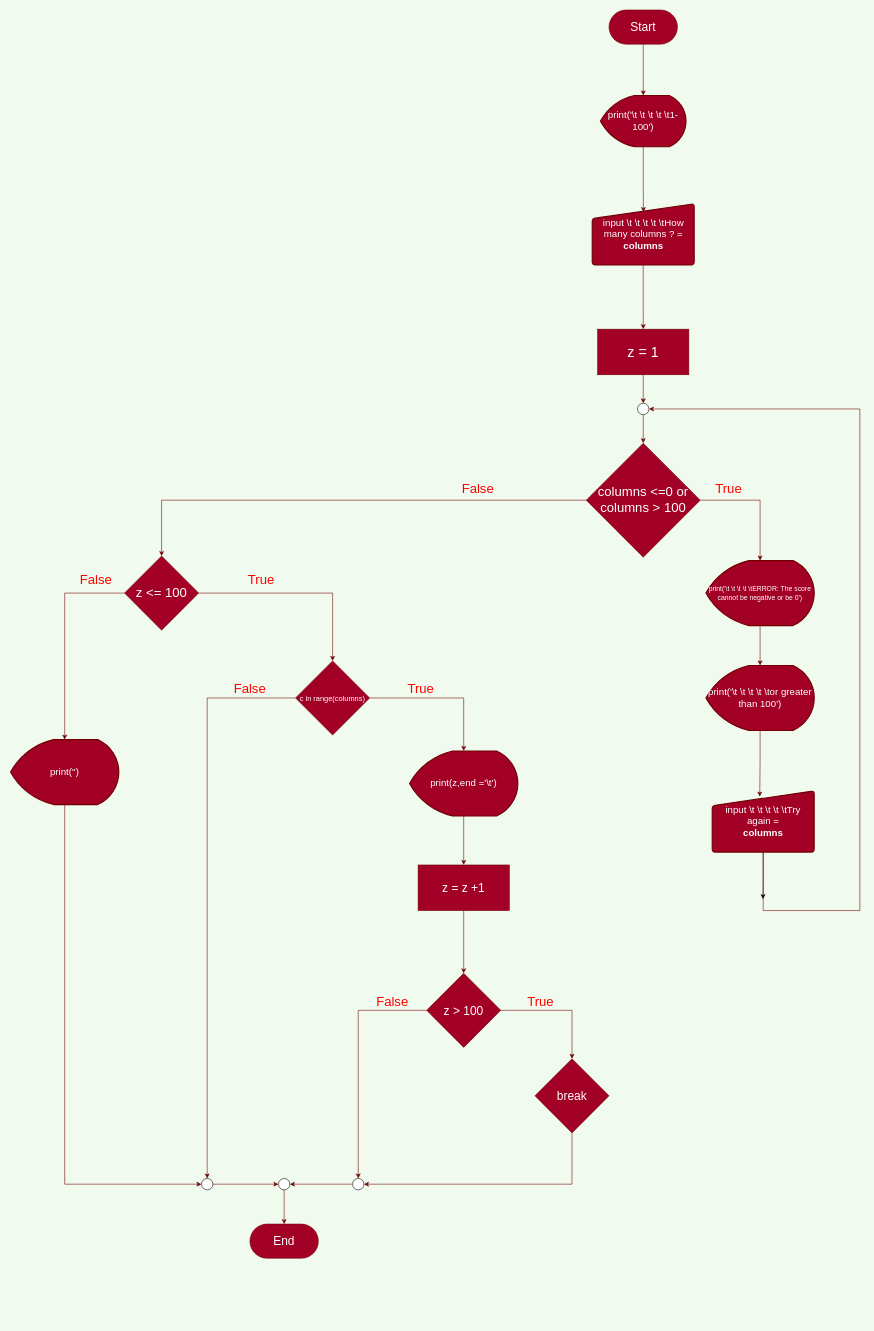
JakapatJod/INE-PYTHON-64 keeps this draw.io diagram as Homework/flowHomework_02.drawio. Above is the earlier version. Source tidied: cells renumbered, new cells numbered last; positions are measured from the earlier drawing's top-left corner, leaving out a move shared by most shapes. Both pictures are drawn from the tidied source at 57%, with x=0, y=0 at pixel (10, 10).
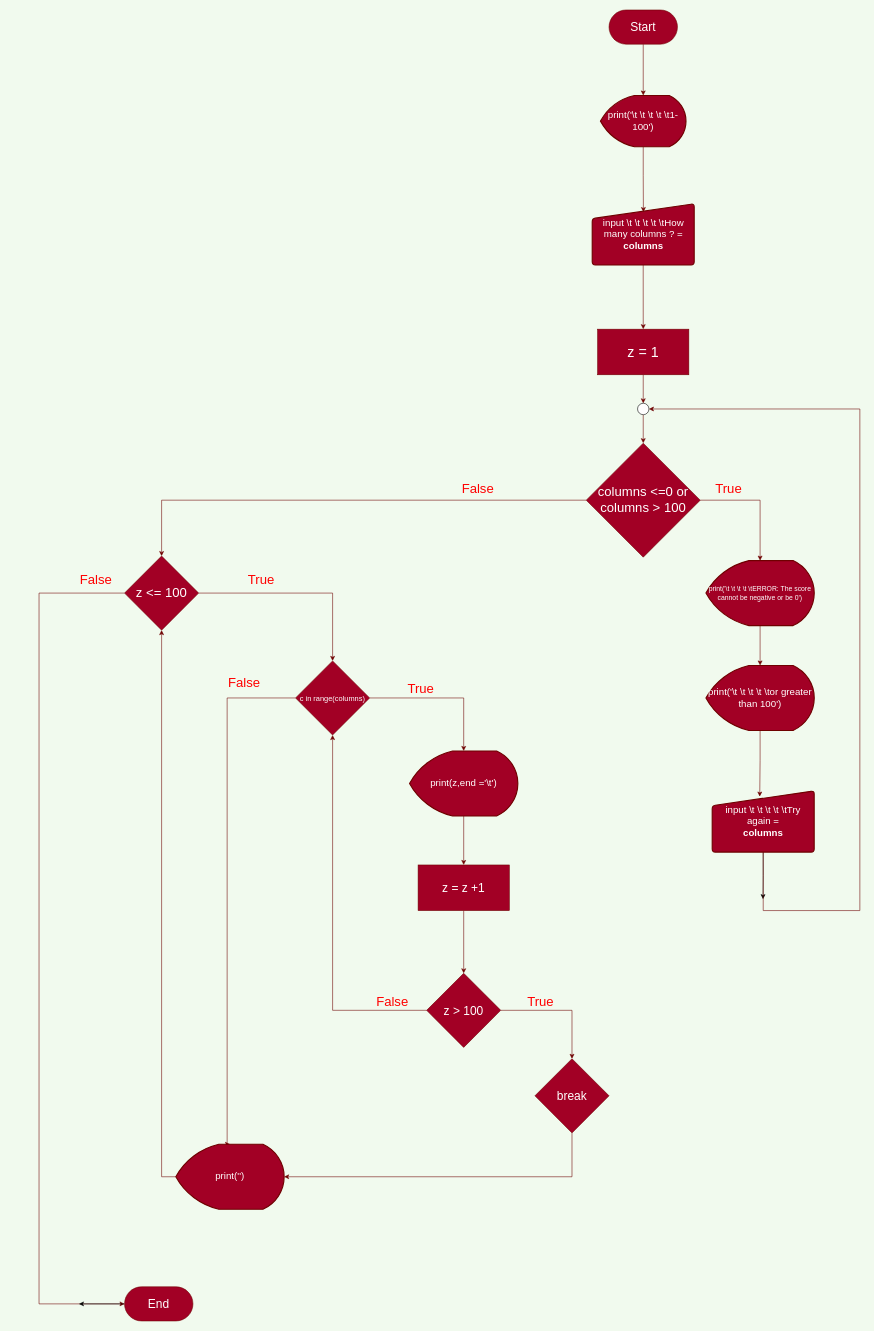
The same diagram, later.

The change refers to these unchanged cells:
```xml
<mxCell id="26" value="&lt;span style=&quot;font-size: 23px&quot;&gt;z &amp;lt;= 100&lt;/span&gt;" style="rhombus;whiteSpace=wrap;html=1;fillColor=#a20025;strokeColor=#6F0000;fontColor=#ffffff;" parent="1" vertex="1">
  <mxGeometry x="200" y="958" width="130" height="130" as="geometry" />
</mxCell>
<mxCell id="29" value="&lt;font style=&quot;font-size: 13px&quot;&gt;c in range(columns)&lt;/font&gt;" style="rhombus;whiteSpace=wrap;html=1;fillColor=#a20025;strokeColor=#6F0000;fontColor=#ffffff;" parent="1" vertex="1">
  <mxGeometry x="500" y="1142" width="130" height="130" as="geometry" />
</mxCell>
<mxCell id="36" value="&lt;font style=&quot;font-size: 21px&quot;&gt;z &amp;gt; 100&lt;/font&gt;" style="rhombus;whiteSpace=wrap;html=1;fillColor=#a20025;strokeColor=#6F0000;fontColor=#ffffff;" parent="1" vertex="1">
  <mxGeometry x="730" y="1690" width="130" height="130" as="geometry" />
</mxCell>
<mxCell id="38" value="&lt;span style=&quot;font-size: 21px&quot;&gt;break&lt;/span&gt;" style="rhombus;whiteSpace=wrap;html=1;fillColor=#a20025;strokeColor=#6F0000;fontColor=#ffffff;" parent="1" vertex="1">
  <mxGeometry x="920" y="1840" width="130" height="130" as="geometry" />
</mxCell>
```

Diff of the diagram source:
```diff
@@
-    <mxCell id="25" style="edgeStyle=orthogonalEdgeStyle;rounded=0;jettySize=auto;html=1;exitX=0;exitY=0.5;exitDx=0;exitDy=0;entryX=0.5;entryY=0;entryDx=0;entryDy=0;entryPerimeter=0;fillColor=#a20025;strokeColor=#6F0000;" parent="1" edge="1" source="26" target="53">
-      <mxGeometry relative="1" as="geometry" />
-    </mxCell>
+    <mxCell id="54" style="edgeStyle=orthogonalEdgeStyle;rounded=0;jettySize=auto;html=1;exitX=0;exitY=0.5;exitDx=0;exitDy=0;fillColor=#a20025;strokeColor=#6F0000;entryX=0;entryY=0.5;entryDx=0;entryDy=0;" parent="1" edge="1" source="26" target="44">
+      <mxGeometry relative="1" as="geometry">
+        <Array as="points">
+          <mxPoint x="50" y="1023" />
+          <mxPoint x="50" y="2270" />
+        </Array>
+      </mxGeometry>
+    </mxCell>
@@
-    <mxCell id="28" style="edgeStyle=orthogonalEdgeStyle;rounded=0;jettySize=auto;html=1;exitX=0;exitY=0.5;exitDx=0;exitDy=0;entryX=0.5;entryY=0;entryDx=0;entryDy=0;entryPerimeter=0;fillColor=#a20025;strokeColor=#6F0000;" parent="1" edge="1" source="29" target="46">
-      <mxGeometry relative="1" as="geometry" />
-    </mxCell>
+    <mxCell id="55" style="edgeStyle=orthogonalEdgeStyle;rounded=0;jettySize=auto;html=1;exitX=0;exitY=0.5;exitDx=0;exitDy=0;fillColor=#a20025;strokeColor=#6F0000;entryX=0.5;entryY=0;entryDx=0;entryDy=0;entryPerimeter=0;" parent="1" edge="1" source="29" target="53">
+      <mxGeometry relative="1" as="geometry">
+        <Array as="points">
+          <mxPoint x="380" y="1207" />
+          <mxPoint x="380" y="1990" />
+        </Array>
+      </mxGeometry>
+    </mxCell>
@@
-    <mxCell id="35" style="edgeStyle=orthogonalEdgeStyle;rounded=0;jettySize=auto;html=1;exitX=0;exitY=0.5;exitDx=0;exitDy=0;fillColor=#a20025;strokeColor=#6F0000;entryX=0.5;entryY=0;entryDx=0;entryDy=0;entryPerimeter=0;" parent="1" edge="1" source="36" target="48">
-      <mxGeometry relative="1" as="geometry" />
-    </mxCell>
+    <mxCell id="56" style="edgeStyle=orthogonalEdgeStyle;rounded=0;jettySize=auto;html=1;exitX=0;exitY=0.5;exitDx=0;exitDy=0;entryX=0.5;entryY=1;entryDx=0;entryDy=0;fillColor=#a20025;strokeColor=#6F0000;" parent="1" edge="1" source="36" target="29">
+      <mxGeometry relative="1" as="geometry" />
+    </mxCell>
@@
-    <mxCell id="37" style="edgeStyle=orthogonalEdgeStyle;rounded=0;jettySize=auto;html=1;exitX=0.5;exitY=1;exitDx=0;exitDy=0;fillColor=#a20025;strokeColor=#6F0000;entryX=1;entryY=0.5;entryDx=0;entryDy=0;entryPerimeter=0;" parent="1" edge="1" source="38" target="48">
-      <mxGeometry relative="1" as="geometry" />
-    </mxCell>
+    <mxCell id="57" style="edgeStyle=orthogonalEdgeStyle;rounded=0;jettySize=auto;html=1;exitX=0.5;exitY=1;exitDx=0;exitDy=0;entryX=1;entryY=0.5;entryDx=0;entryDy=0;entryPerimeter=0;fillColor=#a20025;strokeColor=#6F0000;" parent="1" edge="1" source="38" target="53">
+      <mxGeometry relative="1" as="geometry" />
+    </mxCell>
@@
-    <mxCell id="41" value="&lt;font color=&quot;#ff0000&quot;&gt;&lt;span style=&quot;font-size: 23px&quot;&gt;False&lt;/span&gt;&lt;/font&gt;" style="text;html=1;strokeColor=none;fillColor=none;align=center;verticalAlign=middle;whiteSpace=wrap;rounded=0;" parent="1" vertex="1">
-      <mxGeometry x="400" y="1180" width="40" height="20" as="geometry" />
-    </mxCell>
@@
+    <mxCell id="58" style="edgeStyle=orthogonalEdgeStyle;rounded=0;jettySize=auto;html=1;" parent="1" edge="1" source="44">
+      <mxGeometry relative="1" as="geometry">
+        <mxPoint x="120" y="2270" as="targetPoint" />
+      </mxGeometry>
+    </mxCell>
     <mxCell id="44" value="&lt;span style=&quot;font-size: 21px&quot;&gt;End&lt;/span&gt;" style="rounded=1;whiteSpace=wrap;html=1;arcSize=50;fillColor=#a20025;strokeColor=#6F0000;fontColor=#ffffff;" parent="1" vertex="1">
-      <mxGeometry x="420" y="2130" width="120" height="60" as="geometry" />
+      <mxGeometry x="200" y="2240" width="120" height="60" as="geometry" />
     </mxCell>
-    <mxCell id="45" style="edgeStyle=orthogonalEdgeStyle;rounded=0;jettySize=auto;html=1;exitX=1;exitY=0.5;exitDx=0;exitDy=0;exitPerimeter=0;entryX=0;entryY=0.5;entryDx=0;entryDy=0;entryPerimeter=0;fillColor=#a20025;strokeColor=#6F0000;" parent="1" edge="1" source="46" target="50">
-      <mxGeometry relative="1" as="geometry" />
-    </mxCell>
-    <mxCell id="46" style="verticalLabelPosition=bottom;verticalAlign=top;html=1;shape=mxgraph.flowchart.on-page_reference;" parent="1" vertex="1">
-      <mxGeometry x="335" y="2050" width="20" height="20" as="geometry" />
-    </mxCell>
-    <mxCell id="47" style="edgeStyle=orthogonalEdgeStyle;rounded=0;jettySize=auto;html=1;exitX=0;exitY=0.5;exitDx=0;exitDy=0;exitPerimeter=0;entryX=1;entryY=0.5;entryDx=0;entryDy=0;entryPerimeter=0;fillColor=#a20025;strokeColor=#6F0000;" parent="1" edge="1" source="48" target="50">
-      <mxGeometry relative="1" as="geometry" />
-    </mxCell>
-    <mxCell id="48" style="verticalLabelPosition=bottom;verticalAlign=top;html=1;shape=mxgraph.flowchart.on-page_reference;" parent="1" vertex="1">
-      <mxGeometry x="600" y="2050" width="20" height="20" as="geometry" />
-    </mxCell>
-    <mxCell id="49" style="edgeStyle=orthogonalEdgeStyle;rounded=0;jettySize=auto;html=1;exitX=0.5;exitY=1;exitDx=0;exitDy=0;exitPerimeter=0;entryX=0.5;entryY=0;entryDx=0;entryDy=0;fillColor=#a20025;strokeColor=#6F0000;" parent="1" edge="1" source="50" target="44">
-      <mxGeometry relative="1" as="geometry" />
-    </mxCell>
-    <mxCell id="50" style="verticalLabelPosition=bottom;verticalAlign=top;html=1;shape=mxgraph.flowchart.on-page_reference;" parent="1" vertex="1">
-      <mxGeometry x="470" y="2050" width="20" height="20" as="geometry" />
-    </mxCell>
@@
-    <mxCell id="52" style="edgeStyle=orthogonalEdgeStyle;rounded=0;jettySize=auto;html=1;exitX=0.5;exitY=1;exitDx=0;exitDy=0;exitPerimeter=0;fillColor=#a20025;strokeColor=#6F0000;entryX=0;entryY=0.5;entryDx=0;entryDy=0;entryPerimeter=0;" parent="1" edge="1" source="53" target="46">
-      <mxGeometry relative="1" as="geometry" />
-    </mxCell>
+    <mxCell id="59" style="edgeStyle=orthogonalEdgeStyle;rounded=0;jettySize=auto;html=1;exitX=0;exitY=0.5;exitDx=0;exitDy=0;exitPerimeter=0;entryX=0.5;entryY=1;entryDx=0;entryDy=0;fillColor=#a20025;strokeColor=#6F0000;" parent="1" edge="1" source="53" target="26">
+      <mxGeometry relative="1" as="geometry" />
+    </mxCell>
     <mxCell id="53" value="&lt;font style=&quot;font-size: 17px&quot;&gt;print('')&lt;/font&gt;" style="strokeWidth=2;html=1;shape=mxgraph.flowchart.display;whiteSpace=wrap;fillColor=#a20025;strokeColor=#6F0000;fontColor=#ffffff;" parent="1" vertex="1">
-      <mxGeometry y="1280" width="190" height="114" as="geometry" />
+      <mxGeometry x="290" y="1990" width="190" height="114" as="geometry" />
     </mxCell>
+    <mxCell id="41" value="&lt;font color=&quot;#ff0000&quot;&gt;&lt;span style=&quot;font-size: 23px&quot;&gt;False&lt;/span&gt;&lt;/font&gt;" style="text;html=1;strokeColor=none;fillColor=none;align=center;verticalAlign=middle;whiteSpace=wrap;rounded=0;" parent="1" vertex="1">
+      <mxGeometry x="390" y="1170" width="40" height="20" as="geometry" />
+    </mxCell>
```
